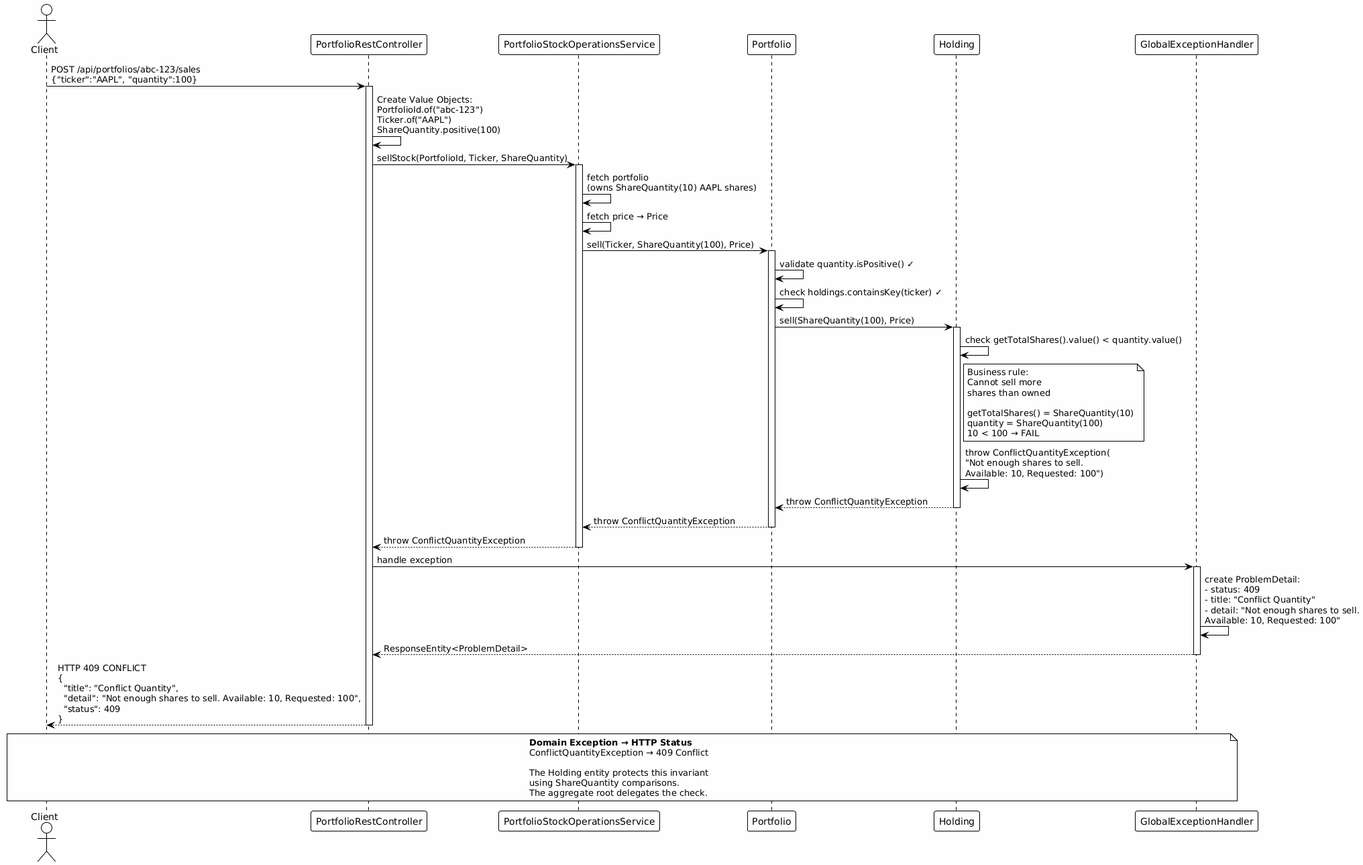
The PlantUML diagram doc/tutorial/sellStocks/diagrams/Rendered/sell-error-sell-more-than-owned.png in alfredorueda/HexaStock, before a commit.
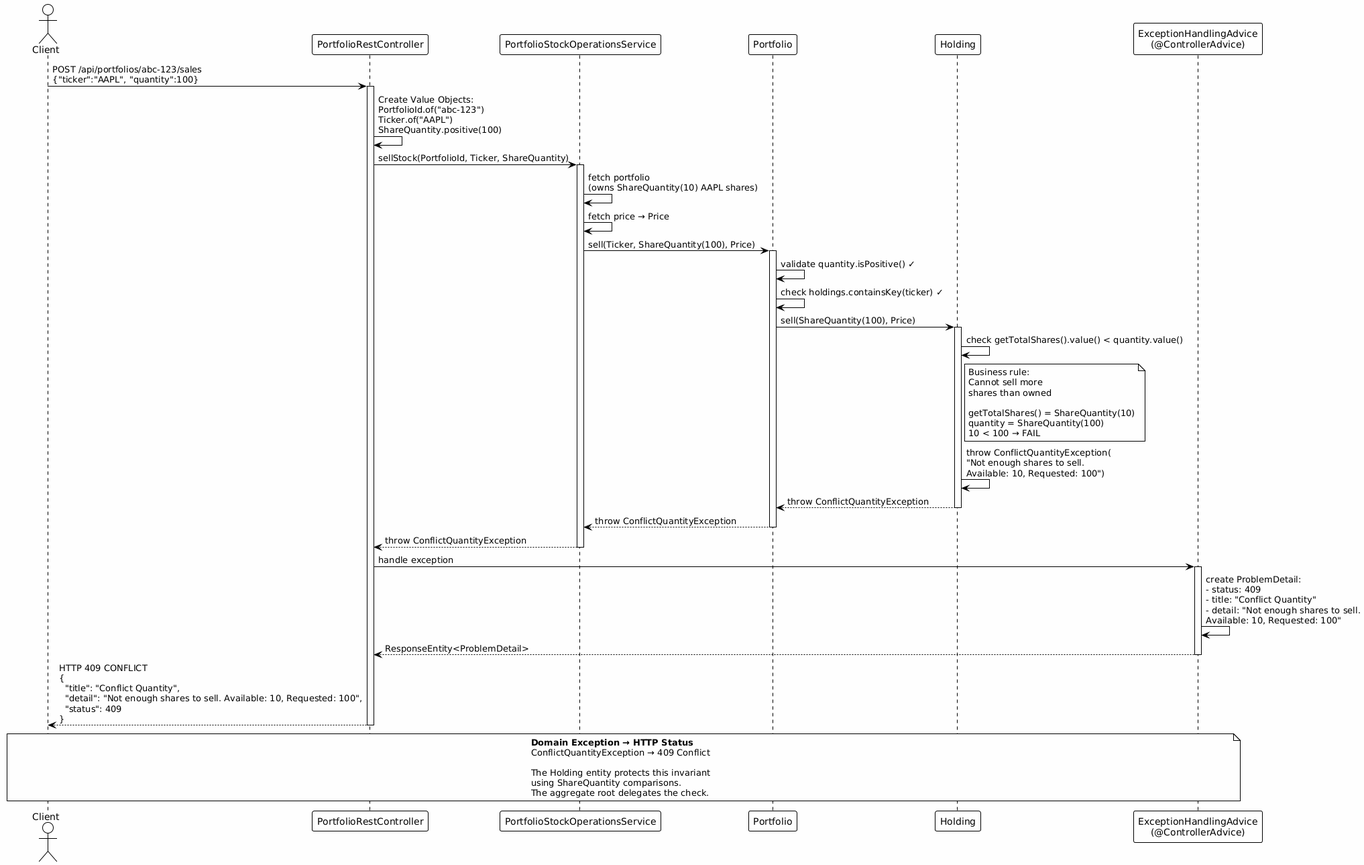
The same file after the commit.

What changed in the source:
```diff
@@ -7,7 +7,7 @@
 participant "PortfolioStockOperationsService" as Service
 participant "Portfolio" as Portfolio
 participant "Holding" as Holding
-participant "GlobalExceptionHandler" as Handler
+participant "ExceptionHandlingAdvice\n(@ControllerAdvice)" as Handler
 
 Client -> Controller: POST /api/portfolios/abc-123/sales\n{"ticker":"AAPL", "quantity":100}
 activate Controller
```
